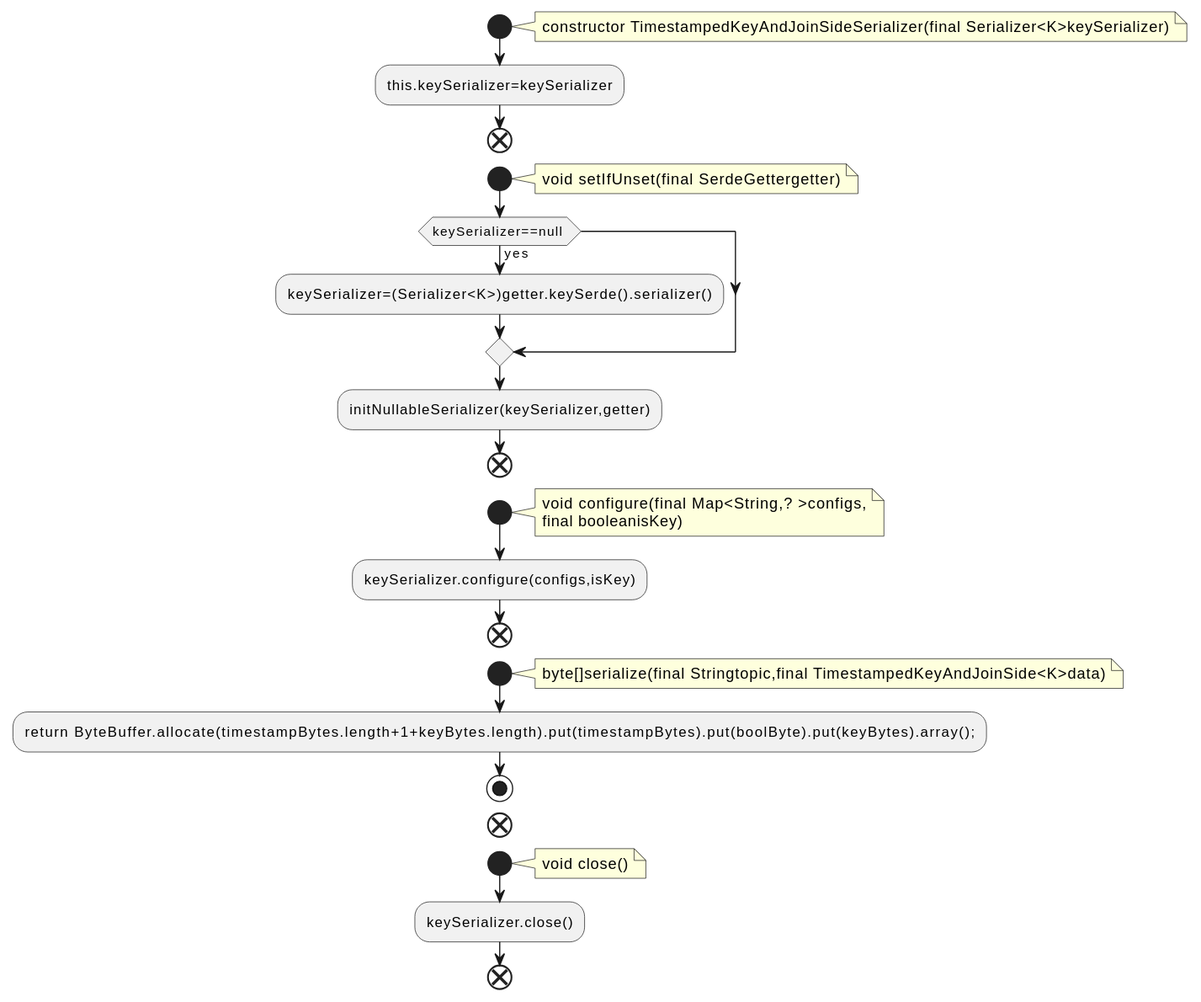
Above: docs/qc/streams/src/main/java/org/apache/kafka/streams/state/internals/TimestampedKeyAndJoinSideSerializer.java.fct.svg in qualitesys/kafka (PlantUML), before the change.
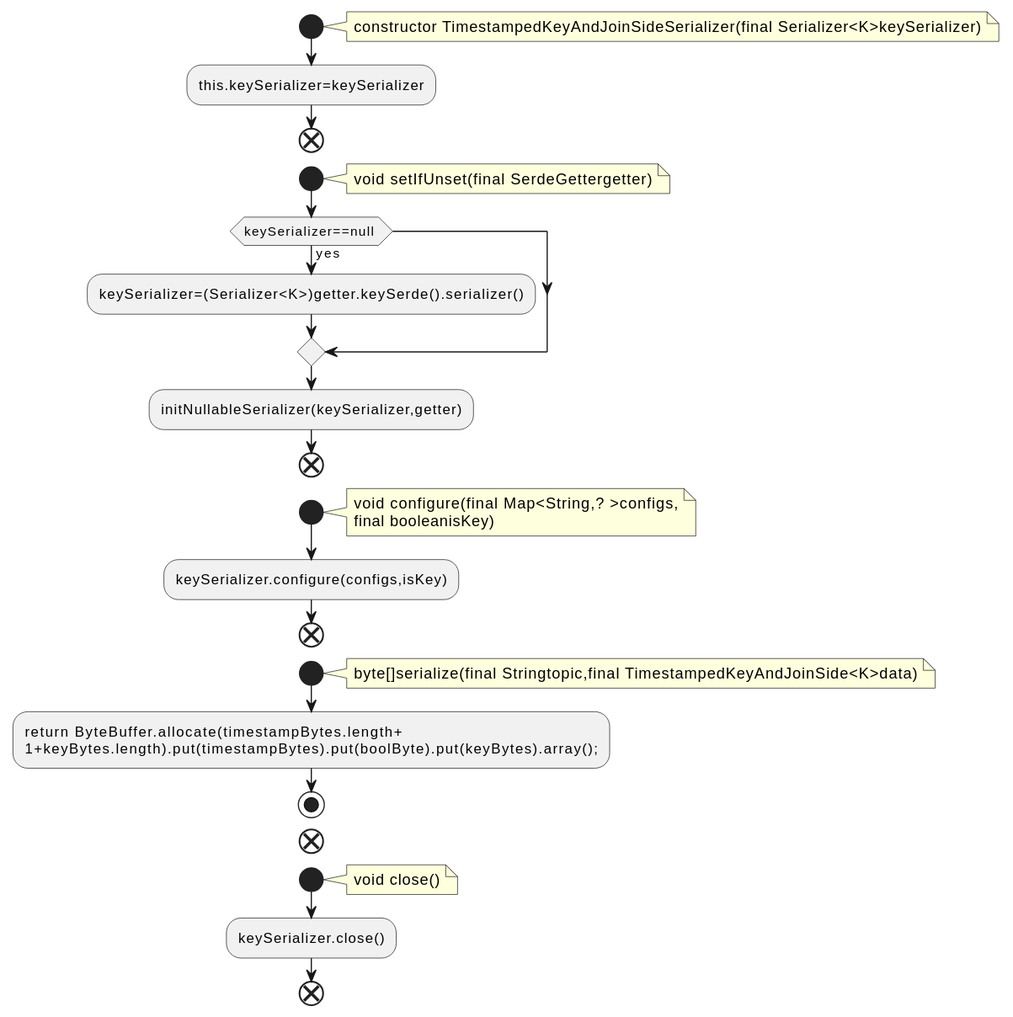
The same diagram one commit later.

Diff of the diagram source:
```diff
@@ -26,7 +26,8 @@
 note right
 byte[]serialize(final Stringtopic,final TimestampedKeyAndJoinSide<K>data)
 end note
-:return ByteBuffer.allocate(timestampBytes.length+1+keyBytes.length).put(timestampBytes).put(boolByte).put(keyBytes).array();;
+:return ByteBuffer.allocate(timestampBytes.length+
+1+keyBytes.length).put(timestampBytes).put(boolByte).put(keyBytes).array();;
 stop
 end
 start
```
